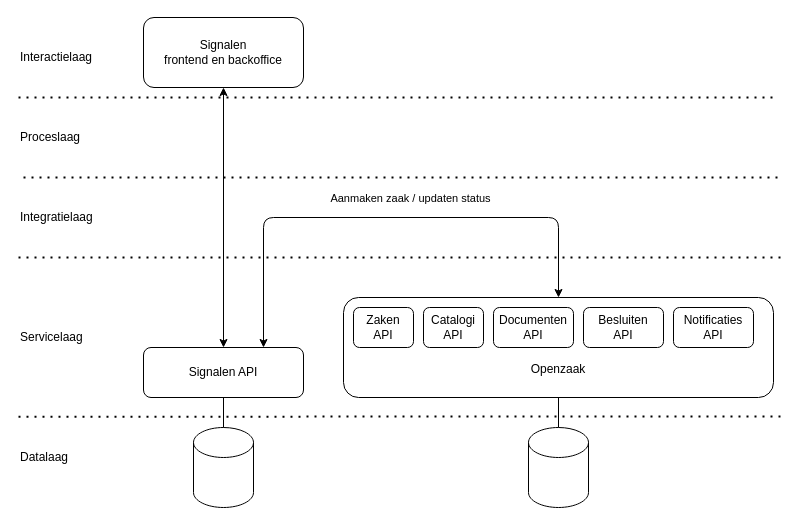
Before: architectuur.drawio in bartjkdp/signalen-architectuur, a draw.io diagram. Source tidied: cells renumbered, new cells numbered last; positions are measured from the earlier drawing's top-left corner, leaving out a move shared by most shapes. Both pictures are drawn from the tidied source at 100%, with x=0, y=0 at pixel (18, 17).
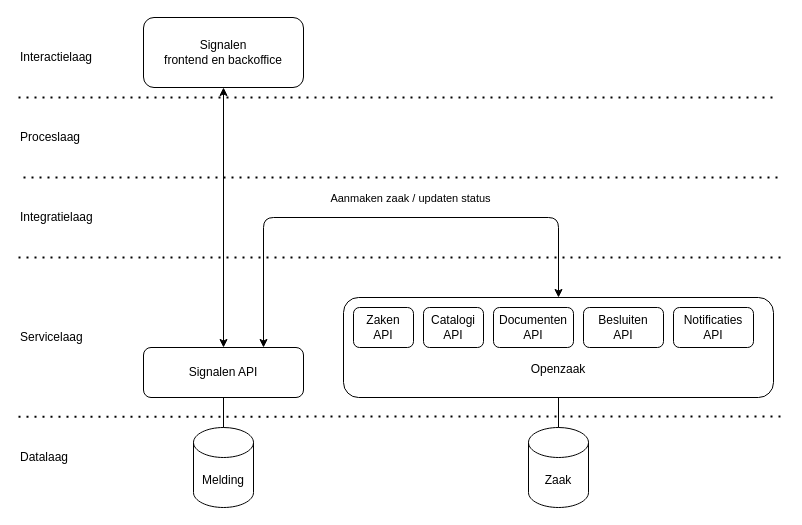
The same diagram, later.

Commit message (it also covers changes not shown here):
Update architecture diagram

Diff of the diagram source:
```diff
@@
-    <mxCell id="2" style="shape=cylinder3;whiteSpace=wrap;html=1;boundedLbl=1;backgroundOutline=1;size=15;" parent="1" vertex="1">
+    <mxCell id="2" value="Melding" style="shape=cylinder3;whiteSpace=wrap;html=1;boundedLbl=1;backgroundOutline=1;size=15;" parent="1" vertex="1">
       <mxGeometry x="175" y="410" width="60" height="80" as="geometry" />
     </mxCell>
@@
-    <mxCell id="6" style="shape=cylinder3;whiteSpace=wrap;html=1;boundedLbl=1;backgroundOutline=1;size=15;" parent="1" vertex="1">
+    <mxCell id="6" value="Zaak" style="shape=cylinder3;whiteSpace=wrap;html=1;boundedLbl=1;backgroundOutline=1;size=15;" parent="1" vertex="1">
       <mxGeometry x="510" y="410" width="60" height="80" as="geometry" />
     </mxCell>
```
